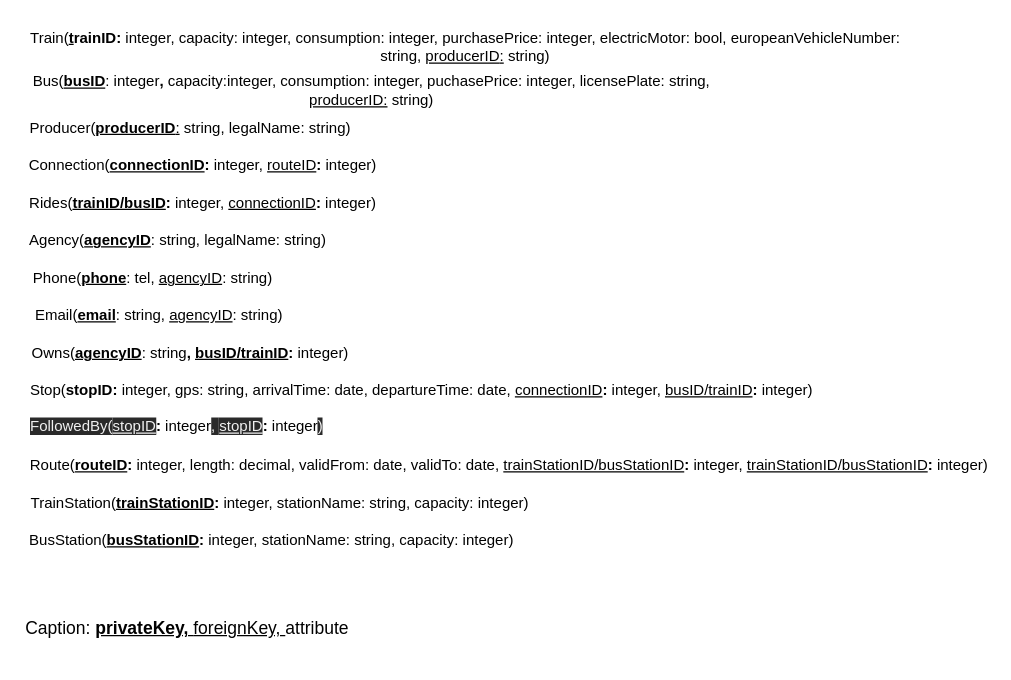
Above: 4/model/relational.drawio in zhukovdm/T1G4 (draw.io), before the change. Source tidied: cells renumbered, new cells numbered last; positions are measured from the earlier drawing's top-left corner, leaving out a move shared by most shapes. Both pictures are drawn from the tidied source at 125%, with x=0, y=0 at pixel (21, 21).
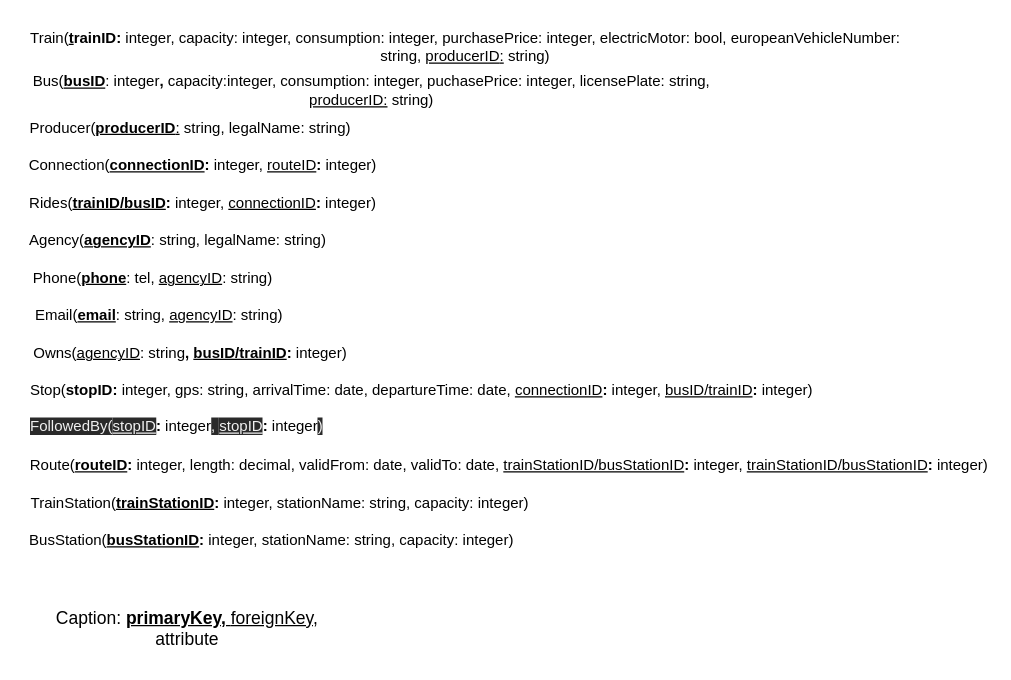
After the change.

Commit message (it also covers changes not shown here):
fixing pointed out mistakes

The edit, as a diff of the source:
```diff
@@
 <mxGraphModel>
   <root>
     <mxCell id="0" />
     <mxCell id="1" parent="0" />
     <mxCell id="2" value="Train(&lt;b&gt;&lt;u&gt;t&lt;/u&gt;&lt;/b&gt;&lt;b&gt;rainID:&lt;/b&gt;&amp;nbsp;integer, capacity: integer, consumption: integer, purchasePrice: integer, electricMotor: bool, europeanVehicleNumber: string, &lt;u&gt;producerID&lt;/u&gt;&lt;u&gt;:&lt;/u&gt;&amp;nbsp;string)" style="text;html=1;strokeColor=none;fillColor=none;align=center;verticalAlign=middle;whiteSpace=wrap;rounded=0;" parent="1" vertex="1">
       <mxGeometry x="5" width="700" height="40" as="geometry" />
     </mxCell>
     <mxCell id="3" value="Bus(&lt;u style=&quot;font-weight: bold&quot;&gt;busID&lt;/u&gt;: integer&lt;u style=&quot;font-weight: bold&quot;&gt;,&lt;/u&gt; capacity:integer, consumption: integer, puchasePrice: integer, licensePlate: string, &lt;u&gt;producerID:&lt;/u&gt;&amp;nbsp;string)" style="text;html=1;strokeColor=none;fillColor=none;align=center;verticalAlign=middle;whiteSpace=wrap;rounded=0;" parent="1" vertex="1">
       <mxGeometry x="5" y="40" width="550" height="30" as="geometry" />
     </mxCell>
     <mxCell id="4" value="Producer(&lt;b&gt;&lt;u&gt;producerID&lt;/u&gt;&lt;/b&gt;&lt;u&gt;:&lt;/u&gt;&amp;nbsp;string, legalName: string)" style="text;html=1;strokeColor=none;fillColor=none;align=center;verticalAlign=middle;whiteSpace=wrap;rounded=0;" parent="1" vertex="1">
       <mxGeometry x="5" y="70" width="260" height="30" as="geometry" />
     </mxCell>
     <mxCell id="5" value="Connection(&lt;b&gt;&lt;u&gt;connectionID&lt;/u&gt;&lt;/b&gt;&lt;b&gt;:&lt;/b&gt;&amp;nbsp;integer, &lt;u&gt;routeID&lt;/u&gt;&lt;b&gt;:&lt;/b&gt;&amp;nbsp;integer)" style="text;html=1;strokeColor=none;fillColor=none;align=center;verticalAlign=middle;whiteSpace=wrap;rounded=0;" parent="1" vertex="1">
       <mxGeometry y="100" width="290" height="30" as="geometry" />
     </mxCell>
     <mxCell id="6" value="Rides(&lt;b&gt;&lt;u&gt;trainID/busID&lt;/u&gt;&lt;/b&gt;&lt;b&gt;:&lt;/b&gt;&amp;nbsp;integer,&amp;nbsp;&lt;u&gt;connectionID&lt;/u&gt;&lt;b&gt;:&lt;/b&gt;&amp;nbsp;integer)" style="text;html=1;strokeColor=none;fillColor=none;align=center;verticalAlign=middle;whiteSpace=wrap;rounded=0;" parent="1" vertex="1">
       <mxGeometry x="5" y="130" width="280" height="30" as="geometry" />
     </mxCell>
     <mxCell id="7" value="Agency(&lt;b&gt;&lt;u&gt;agencyID&lt;/u&gt;&lt;/b&gt;: string, legalName: string)" style="text;html=1;strokeColor=none;fillColor=none;align=center;verticalAlign=middle;whiteSpace=wrap;rounded=0;" parent="1" vertex="1">
       <mxGeometry x="5" y="160" width="240" height="30" as="geometry" />
     </mxCell>
     <mxCell id="8" value="Phone(&lt;b&gt;&lt;u&gt;phone&lt;/u&gt;&lt;/b&gt;: tel, &lt;u&gt;agencyID&lt;/u&gt;: string)" style="text;html=1;strokeColor=none;fillColor=none;align=center;verticalAlign=middle;whiteSpace=wrap;rounded=0;" parent="1" vertex="1">
       <mxGeometry x="5" y="190" width="200" height="30" as="geometry" />
     </mxCell>
     <mxCell id="9" value="Email(&lt;b&gt;&lt;u&gt;email&lt;/u&gt;&lt;/b&gt;: string, &lt;u&gt;agencyID&lt;/u&gt;: string)" style="text;html=1;strokeColor=none;fillColor=none;align=center;verticalAlign=middle;whiteSpace=wrap;rounded=0;" parent="1" vertex="1">
       <mxGeometry x="5" y="220" width="210" height="30" as="geometry" />
     </mxCell>
-    <mxCell id="10" value="Owns(&lt;b&gt;&lt;u&gt;agencyID&lt;/u&gt;&lt;/b&gt;: string&lt;b&gt;, &lt;u&gt;busID/trainID&lt;/u&gt;&lt;/b&gt;&lt;b&gt;:&lt;/b&gt;&amp;nbsp;integer)" style="text;html=1;strokeColor=none;fillColor=none;align=center;verticalAlign=middle;whiteSpace=wrap;rounded=0;" parent="1" vertex="1">
+    <mxCell id="10" value="Owns(&lt;u&gt;agencyID&lt;/u&gt;: string&lt;b&gt;, &lt;u&gt;busID/trainID&lt;/u&gt;&lt;/b&gt;&lt;b&gt;:&lt;/b&gt;&amp;nbsp;integer)" style="text;html=1;strokeColor=none;fillColor=none;align=center;verticalAlign=middle;whiteSpace=wrap;rounded=0;" parent="1" vertex="1">
       <mxGeometry x="5" y="250" width="260" height="30" as="geometry" />
     </mxCell>
     <mxCell id="11" value="Stop(&lt;b&gt;stopID&lt;/b&gt;&lt;b&gt;:&lt;/b&gt;&amp;nbsp;integer, gps: string, arrivalTime: date, departureTime: date, &lt;u&gt;connectionID&lt;/u&gt;&lt;b&gt;:&lt;/b&gt;&amp;nbsp;integer, &lt;u&gt;busID/trainID&lt;/u&gt;&lt;b&gt;:&lt;/b&gt;&amp;nbsp;integer)" style="text;html=1;strokeColor=none;fillColor=none;align=center;verticalAlign=middle;whiteSpace=wrap;rounded=0;" parent="1" vertex="1">
       <mxGeometry x="5" y="280" width="630" height="30" as="geometry" />
     </mxCell>
     <mxCell id="12" value="Route(&lt;b&gt;&lt;u&gt;routeID&lt;/u&gt;&lt;/b&gt;&lt;b&gt;:&lt;/b&gt;&amp;nbsp;integer,&amp;nbsp;length: decimal, validFrom: date, validTo: date, &lt;u&gt;trainStationID/busStationID&lt;/u&gt;&lt;b&gt;:&lt;/b&gt;&amp;nbsp;integer, &lt;u&gt;trainStationID/busStationID&lt;/u&gt;&lt;b&gt;:&lt;/b&gt;&amp;nbsp;integer)" style="text;html=1;strokeColor=none;fillColor=none;align=center;verticalAlign=middle;whiteSpace=wrap;rounded=0;" parent="1" vertex="1">
       <mxGeometry x="5" y="340" width="770" height="30" as="geometry" />
     </mxCell>
     <mxCell id="13" style="edgeStyle=none;html=1;" parent="1" edge="1" source="14" target="12">
       <mxGeometry relative="1" as="geometry" />
     </mxCell>
     <mxCell id="14" value="TrainStation(&lt;b&gt;&lt;u&gt;trainStationID&lt;/u&gt;&lt;/b&gt;&lt;b&gt;:&lt;/b&gt;&amp;nbsp;integer, stationName: string, capacity: integer)&amp;nbsp;&amp;nbsp;" style="text;html=1;strokeColor=none;fillColor=none;align=center;verticalAlign=middle;whiteSpace=wrap;rounded=0;" parent="1" vertex="1">
       <mxGeometry x="5" y="370" width="410" height="30" as="geometry" />
     </mxCell>
     <mxCell id="15" value="BusStation(&lt;b&gt;&lt;u&gt;busStationID&lt;/u&gt;&lt;/b&gt;&lt;b&gt;:&lt;/b&gt;&amp;nbsp;integer, stationName: string, capacity: integer)" style="text;html=1;strokeColor=none;fillColor=none;align=center;verticalAlign=middle;whiteSpace=wrap;rounded=0;" parent="1" vertex="1">
       <mxGeometry x="5" y="400" width="390" height="30" as="geometry" />
     </mxCell>
     <mxCell id="16" value="&lt;span style=&quot;color: rgb(240 , 240 , 240) ; font-family: &amp;#34;helvetica&amp;#34; ; font-size: 12px ; font-style: normal ; font-weight: 400 ; letter-spacing: normal ; text-align: center ; text-indent: 0px ; text-transform: none ; word-spacing: 0px ; background-color: rgb(42 , 42 , 42) ; display: inline ; float: none&quot;&gt;FollowedBy(&lt;/span&gt;&lt;u style=&quot;color: rgb(240 , 240 , 240) ; font-family: &amp;#34;helvetica&amp;#34; ; font-size: 12px ; font-style: normal ; font-weight: 400 ; letter-spacing: normal ; text-align: center ; text-indent: 0px ; text-transform: none ; word-spacing: 0px ; background-color: rgb(42 , 42 , 42)&quot;&gt;stopID&lt;/u&gt;&lt;b style=&quot;text-align: center&quot;&gt;:&lt;/b&gt;&lt;span style=&quot;text-align: center&quot;&gt;&amp;nbsp;integer&lt;/span&gt;&lt;span style=&quot;color: rgb(240 , 240 , 240) ; font-family: &amp;#34;helvetica&amp;#34; ; font-size: 12px ; font-style: normal ; font-weight: 400 ; letter-spacing: normal ; text-align: center ; text-indent: 0px ; text-transform: none ; word-spacing: 0px ; background-color: rgb(42 , 42 , 42) ; display: inline ; float: none&quot;&gt;,&lt;span&gt;&amp;nbsp;&lt;/span&gt;&lt;/span&gt;&lt;u style=&quot;color: rgb(240 , 240 , 240) ; font-family: &amp;#34;helvetica&amp;#34; ; font-size: 12px ; font-style: normal ; font-weight: 400 ; letter-spacing: normal ; text-align: center ; text-indent: 0px ; text-transform: none ; word-spacing: 0px ; background-color: rgb(42 , 42 , 42)&quot;&gt;stopID&lt;/u&gt;&lt;b style=&quot;text-align: center&quot;&gt;:&lt;/b&gt;&lt;span style=&quot;text-align: center&quot;&gt;&amp;nbsp;integer&lt;/span&gt;&lt;span style=&quot;color: rgb(240 , 240 , 240) ; font-family: &amp;#34;helvetica&amp;#34; ; font-size: 12px ; font-style: normal ; font-weight: 400 ; letter-spacing: normal ; text-align: center ; text-indent: 0px ; text-transform: none ; word-spacing: 0px ; background-color: rgb(42 , 42 , 42) ; display: inline ; float: none&quot;&gt;)&lt;/span&gt;" style="text;whiteSpace=wrap;html=1;" parent="1" vertex="1">
       <mxGeometry x="5" y="310" width="170" height="30" as="geometry" />
     </mxCell>
-    <mxCell id="17" value="&lt;font style=&quot;font-size: 14px&quot;&gt;Caption: &lt;u&gt;&lt;b&gt;privateKey, &lt;/b&gt;foreignKey, &lt;/u&gt;attribute&lt;/font&gt;" style="text;html=1;strokeColor=none;fillColor=none;align=center;verticalAlign=middle;whiteSpace=wrap;rounded=0;" parent="1" vertex="1">
+    <mxCell id="17" value="&lt;font style=&quot;font-size: 14px&quot;&gt;Caption: &lt;u&gt;&lt;b&gt;primaryKey, &lt;/b&gt;foreignKey, &lt;/u&gt;attribute&lt;/font&gt;" style="text;html=1;strokeColor=none;fillColor=none;align=center;verticalAlign=middle;whiteSpace=wrap;rounded=0;" parent="1" vertex="1">
       <mxGeometry y="460" width="265" height="50" as="geometry" />
     </mxCell>
   </root>
 </mxGraphModel>
```
